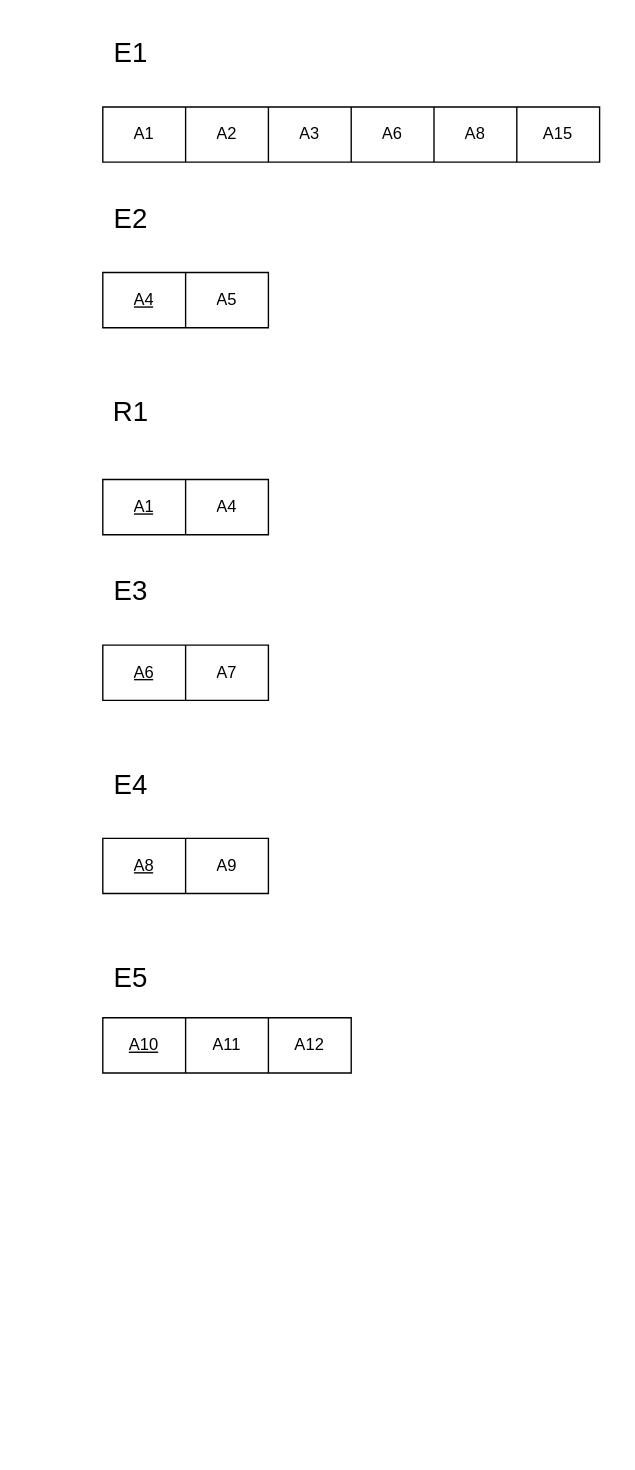
Earlier version of the draw.io diagram 未命名绘图.drawio (zhangnailiang/ER). Source tidied: cells renumbered, new cells numbered last; positions are measured from the earlier drawing's top-left corner, leaving out a move shared by most shapes. Both pictures are drawn from the tidied source at 138%, with x=0, y=0 at pixel (61, 23).
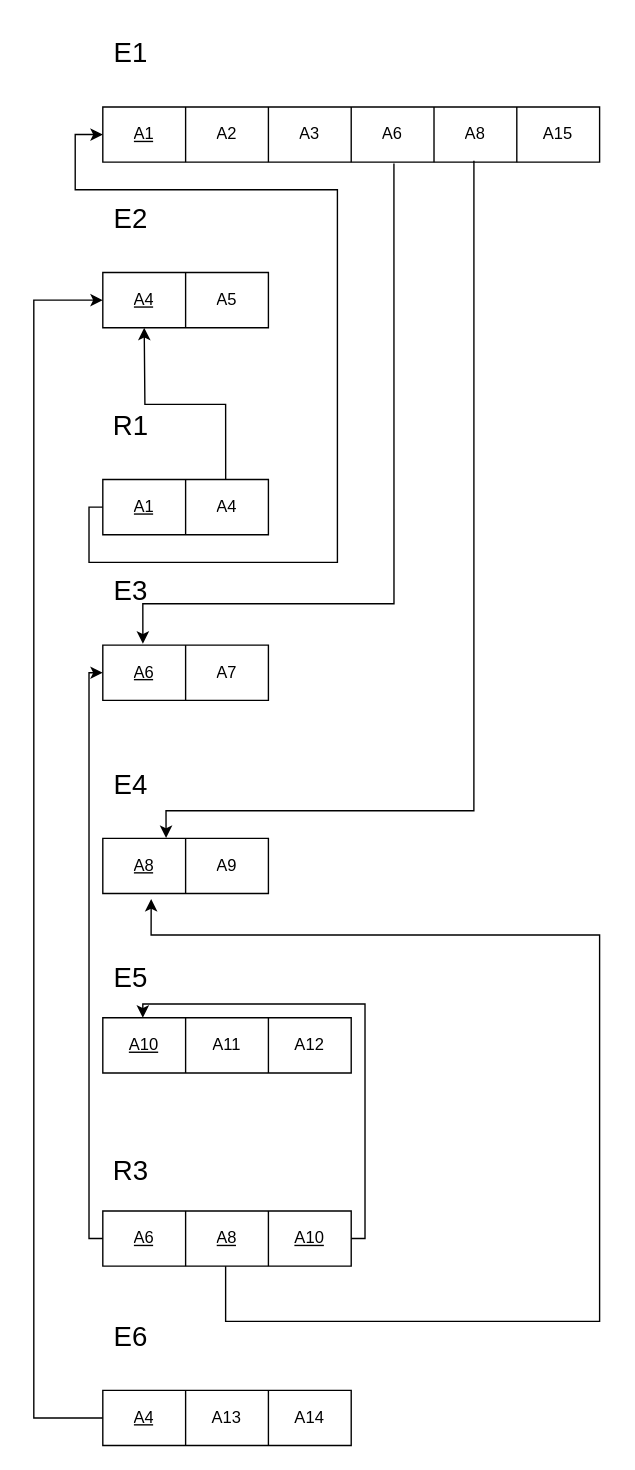
Above is the later version.

The change refers to these unchanged cells:
```xml
<mxCell id="3" style="shape=tableRow;horizontal=0;startSize=0;swimlaneHead=0;swimlaneBody=0;strokeColor=inherit;top=0;left=0;bottom=0;right=0;fillColor=none;points=[[0,0.5],[1,0.5]];portConstraint=eastwest;" parent="2" vertex="1">
  <mxGeometry width="360" height="40" as="geometry" />
</mxCell>
<mxCell id="13" style="shape=tableRow;horizontal=0;startSize=0;swimlaneHead=0;swimlaneBody=0;strokeColor=inherit;top=0;left=0;bottom=0;right=0;fillColor=none;points=[[0,0.5],[1,0.5]];portConstraint=eastwest;" parent="12" vertex="1">
  <mxGeometry width="120" height="40" as="geometry" />
</mxCell>
<mxCell id="18" style="shape=tableRow;horizontal=0;startSize=0;swimlaneHead=0;swimlaneBody=0;strokeColor=inherit;top=0;left=0;bottom=0;right=0;fillColor=none;points=[[0,0.5],[1,0.5]];portConstraint=eastwest;" parent="17" vertex="1">
  <mxGeometry width="120" height="40" as="geometry" />
</mxCell>
<mxCell id="23" style="shape=tableRow;horizontal=0;startSize=0;swimlaneHead=0;swimlaneBody=0;strokeColor=inherit;top=0;left=0;bottom=0;right=0;fillColor=none;points=[[0,0.5],[1,0.5]];portConstraint=eastwest;" parent="22" vertex="1">
  <mxGeometry width="120" height="40" as="geometry" />
</mxCell>
<mxCell id="28" style="shape=tableRow;horizontal=0;startSize=0;swimlaneHead=0;swimlaneBody=0;strokeColor=inherit;top=0;left=0;bottom=0;right=0;fillColor=none;points=[[0,0.5],[1,0.5]];portConstraint=eastwest;" parent="27" vertex="1">
  <mxGeometry width="120" height="40" as="geometry" />
</mxCell>
<mxCell id="32" style="shape=tableRow;horizontal=0;startSize=0;swimlaneHead=0;swimlaneBody=0;strokeColor=inherit;top=0;left=0;bottom=0;right=0;fillColor=none;points=[[0,0.5],[1,0.5]];portConstraint=eastwest;" parent="31" vertex="1">
  <mxGeometry width="180" height="40" as="geometry" />
</mxCell>
```

What changed in the source:
```diff
@@
-    <mxCell id="4" value="A1" style="shape=partialRectangle;html=1;whiteSpace=wrap;strokeColor=inherit;overflow=hidden;fillColor=none;top=0;left=0;bottom=0;right=0;" parent="3" vertex="1">
+    <mxCell id="4" value="&lt;u&gt;A1&lt;/u&gt;" style="shape=partialRectangle;html=1;whiteSpace=wrap;strokeColor=inherit;overflow=hidden;fillColor=none;top=0;left=0;bottom=0;right=0;" parent="3" vertex="1">
       <mxGeometry width="60" height="40" as="geometry" />
     </mxCell>
@@
     <mxCell id="16" value="&lt;span style=&quot;font-size: 20px; font-weight: 400;&quot;&gt;R1&lt;/span&gt;" style="text;strokeColor=none;fillColor=none;html=1;fontSize=24;fontStyle=1;verticalAlign=middle;align=center;" parent="1" vertex="1">
-      <mxGeometry y="260" width="100" height="40" as="geometry" />
+      <mxGeometry y="270" width="100" height="40" as="geometry" />
     </mxCell>
@@
+    <mxCell id="37" style="shape=table;startSize=0;childLayout=tableLayout;" parent="1" vertex="1">
+      <mxGeometry x="30" y="990" width="180" height="40" as="geometry" />
+    </mxCell>
+    <mxCell id="38" style="shape=tableRow;horizontal=0;startSize=0;swimlaneHead=0;swimlaneBody=0;strokeColor=inherit;top=0;left=0;bottom=0;right=0;fillColor=none;points=[[0,0.5],[1,0.5]];portConstraint=eastwest;" parent="37" vertex="1">
+      <mxGeometry width="180" height="40" as="geometry" />
+    </mxCell>
+    <mxCell id="39" value="&lt;u&gt;A4&lt;/u&gt;" style="shape=partialRectangle;html=1;whiteSpace=wrap;strokeColor=inherit;overflow=hidden;fillColor=none;top=0;left=0;bottom=0;right=0;" parent="38" vertex="1">
+      <mxGeometry width="60" height="40" as="geometry" />
+    </mxCell>
+    <mxCell id="40" value="A13" style="shape=partialRectangle;html=1;whiteSpace=wrap;strokeColor=inherit;overflow=hidden;fillColor=none;top=0;left=0;bottom=0;right=0;" parent="38" vertex="1">
+      <mxGeometry x="60" width="60" height="40" as="geometry" />
+    </mxCell>
+    <mxCell id="41" value="A14" style="shape=partialRectangle;html=1;whiteSpace=wrap;strokeColor=inherit;overflow=hidden;fillColor=none;top=0;left=0;bottom=0;right=0;" parent="38" vertex="1">
+      <mxGeometry x="120" width="60" height="40" as="geometry" />
+    </mxCell>
+    <mxCell id="42" value="&lt;span style=&quot;font-size: 20px; font-weight: 400;&quot;&gt;E6&lt;/span&gt;" style="text;strokeColor=none;fillColor=none;html=1;fontSize=24;fontStyle=1;verticalAlign=middle;align=center;" parent="1" vertex="1">
+      <mxGeometry y="930" width="100" height="40" as="geometry" />
+    </mxCell>
+    <mxCell id="43" style="shape=table;startSize=0;childLayout=tableLayout;" parent="1" vertex="1">
+      <mxGeometry x="30" y="860" width="180" height="40" as="geometry" />
+    </mxCell>
+    <mxCell id="44" style="shape=tableRow;horizontal=0;startSize=0;swimlaneHead=0;swimlaneBody=0;strokeColor=inherit;top=0;left=0;bottom=0;right=0;fillColor=none;points=[[0,0.5],[1,0.5]];portConstraint=eastwest;" parent="43" vertex="1">
+      <mxGeometry width="180" height="40" as="geometry" />
+    </mxCell>
+    <mxCell id="45" value="&lt;u&gt;A6&lt;/u&gt;" style="shape=partialRectangle;html=1;whiteSpace=wrap;strokeColor=inherit;overflow=hidden;fillColor=none;top=0;left=0;bottom=0;right=0;" parent="44" vertex="1">
+      <mxGeometry width="60" height="40" as="geometry" />
+    </mxCell>
+    <mxCell id="46" value="&lt;u&gt;A8&lt;/u&gt;" style="shape=partialRectangle;html=1;whiteSpace=wrap;strokeColor=inherit;overflow=hidden;fillColor=none;top=0;left=0;bottom=0;right=0;" parent="44" vertex="1">
+      <mxGeometry x="60" width="60" height="40" as="geometry" />
+    </mxCell>
+    <mxCell id="47" value="&lt;u&gt;A10&lt;/u&gt;" style="shape=partialRectangle;html=1;whiteSpace=wrap;strokeColor=inherit;overflow=hidden;fillColor=none;top=0;left=0;bottom=0;right=0;" parent="44" vertex="1">
+      <mxGeometry x="120" width="60" height="40" as="geometry" />
+    </mxCell>
+    <mxCell id="48" value="&lt;span style=&quot;font-size: 20px; font-weight: 400;&quot;&gt;R3&lt;/span&gt;" style="text;strokeColor=none;fillColor=none;html=1;fontSize=24;fontStyle=1;verticalAlign=middle;align=center;" parent="1" vertex="1">
+      <mxGeometry y="810" width="100" height="40" as="geometry" />
+    </mxCell>
+    <mxCell id="49" style="endArrow=classic;html=1;rounded=0;edgeStyle=orthogonalEdgeStyle;exitX=0.742;exitY=0;exitDx=0;exitDy=0;exitPerimeter=0;" parent="1" edge="1" source="18">
+      <mxGeometry relative="1" as="geometry">
+        <mxPoint x="60" y="220" as="targetPoint" />
+      </mxGeometry>
+    </mxCell>
+    <mxCell id="50" style="endArrow=classic;html=1;rounded=0;edgeStyle=orthogonalEdgeStyle;exitX=0;exitY=0.5;exitDx=0;exitDy=0;entryX=0;entryY=0.5;entryDx=0;entryDy=0;" parent="1" edge="1" source="18" target="3">
+      <mxGeometry relative="1" as="geometry">
+        <Array as="points">
+          <mxPoint x="20" y="350" />
+          <mxPoint x="20" y="390" />
+          <mxPoint x="200" y="390" />
+          <mxPoint x="200" y="120" />
+          <mxPoint x="10" y="120" />
+          <mxPoint x="10" y="80" />
+        </Array>
+      </mxGeometry>
+    </mxCell>
+    <mxCell id="51" style="endArrow=classic;html=1;rounded=0;edgeStyle=orthogonalEdgeStyle;exitX=0.586;exitY=1.025;exitDx=0;exitDy=0;exitPerimeter=0;entryX=0.242;entryY=-0.025;entryDx=0;entryDy=0;entryPerimeter=0;" parent="1" edge="1" source="3" target="23">
+      <mxGeometry relative="1" as="geometry">
+        <Array as="points">
+          <mxPoint x="241" y="420" />
+          <mxPoint x="59" y="420" />
+        </Array>
+      </mxGeometry>
+    </mxCell>
+    <mxCell id="52" style="endArrow=classic;html=1;rounded=0;edgeStyle=orthogonalEdgeStyle;exitX=0.747;exitY=0.975;exitDx=0;exitDy=0;exitPerimeter=0;entryX=0.382;entryY=-0.007;entryDx=0;entryDy=0;entryPerimeter=0;" parent="1" edge="1" source="3" target="28">
+      <mxGeometry relative="1" as="geometry">
+        <Array as="points">
+          <mxPoint x="299" y="570" />
+          <mxPoint x="76" y="570" />
+        </Array>
+      </mxGeometry>
+    </mxCell>
+    <mxCell id="53" style="endArrow=classic;html=1;rounded=0;edgeStyle=orthogonalEdgeStyle;exitX=0;exitY=0.5;exitDx=0;exitDy=0;entryX=0;entryY=0.5;entryDx=0;entryDy=0;" parent="1" edge="1" source="44" target="23">
+      <mxGeometry relative="1" as="geometry" />
+    </mxCell>
+    <mxCell id="54" style="endArrow=classic;html=1;rounded=0;edgeStyle=orthogonalEdgeStyle;entryX=0.292;entryY=1.1;entryDx=0;entryDy=0;entryPerimeter=0;" parent="1" edge="1" target="28">
+      <mxGeometry relative="1" as="geometry">
+        <mxPoint x="119" y="900" as="sourcePoint" />
+        <Array as="points">
+          <mxPoint x="119" y="940" />
+          <mxPoint x="390" y="940" />
+          <mxPoint x="390" y="660" />
+          <mxPoint x="65" y="660" />
+        </Array>
+      </mxGeometry>
+    </mxCell>
+    <mxCell id="55" style="endArrow=classic;html=1;rounded=0;edgeStyle=orthogonalEdgeStyle;exitX=1;exitY=0.5;exitDx=0;exitDy=0;entryX=0.161;entryY=0;entryDx=0;entryDy=0;entryPerimeter=0;" parent="1" edge="1" source="44" target="32">
+      <mxGeometry relative="1" as="geometry" />
+    </mxCell>
+    <mxCell id="56" style="endArrow=classic;html=1;rounded=0;edgeStyle=orthogonalEdgeStyle;exitX=0;exitY=0.5;exitDx=0;exitDy=0;entryX=0;entryY=0.5;entryDx=0;entryDy=0;" parent="1" edge="1" source="38" target="13">
+      <mxGeometry relative="1" as="geometry">
+        <Array as="points">
+          <mxPoint x="-20" y="1010" />
+          <mxPoint x="-20" y="200" />
+        </Array>
+      </mxGeometry>
+    </mxCell>
```
